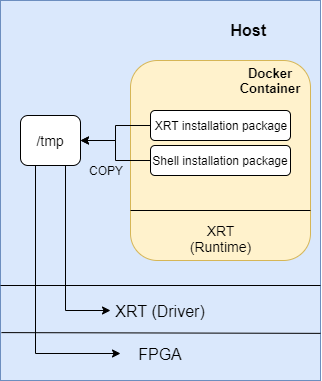
The draw.io diagram doc/install_xrt_shell.png in Xilinx/Xilinx_Base_Runtime, before a commit. Source tidied: cells renumbered, new cells last; positions are measured from the earlier drawing's top-left corner, leaving out a move shared by most shapes. Source of this version:
```xml
<mxGraphModel background="#ffffff">
  <root>
    <mxCell id="0" />
    <mxCell id="1" parent="0" />
    <mxCell id="2" style="rounded=0;whiteSpace=wrap;html=1;fillColor=#dae8fc;strokeColor=#6c8ebf;" parent="1" vertex="1">
      <mxGeometry width="320" height="380" as="geometry" />
    </mxCell>
    <mxCell id="3" value="&lt;p style=&quot;line-height: 170%&quot;&gt;&lt;font style=&quot;font-size: 16px&quot;&gt;&lt;b&gt;Host&amp;nbsp;&lt;/b&gt;&lt;/font&gt;&lt;/p&gt;" style="text;html=1;strokeColor=none;fillColor=none;align=center;verticalAlign=middle;whiteSpace=wrap;rounded=0;" parent="1" vertex="1">
      <mxGeometry x="220" y="15" width="60" height="30" as="geometry" />
    </mxCell>
    <mxCell id="4" style="rounded=1;whiteSpace=wrap;html=1;fillColor=#fff2cc;strokeColor=#d6b656;" parent="1" vertex="1">
      <mxGeometry x="130" y="60" width="180" height="200" as="geometry" />
    </mxCell>
    <mxCell id="5" value="&lt;b&gt;&lt;font style=&quot;font-size: 13px&quot;&gt;Docker Container&lt;/font&gt;&lt;/b&gt;" style="text;html=1;strokeColor=none;fillColor=none;align=center;verticalAlign=middle;whiteSpace=wrap;rounded=0;" parent="1" vertex="1">
      <mxGeometry x="250" y="70" width="40" height="20" as="geometry" />
    </mxCell>
    <mxCell id="6" style="endArrow=none;html=1;exitX=0;exitY=0.75;exitDx=0;exitDy=0;entryX=1;entryY=0.75;entryDx=0;entryDy=0;" parent="1" edge="1" source="4" target="4">
      <mxGeometry relative="1" as="geometry" />
    </mxCell>
    <mxCell id="7" value="&lt;font style=&quot;font-size: 14px&quot;&gt;XRT (Runtime)&lt;/font&gt;" style="text;html=1;strokeColor=none;fillColor=none;align=center;verticalAlign=middle;whiteSpace=wrap;rounded=0;" parent="1" vertex="1">
      <mxGeometry x="157.5" y="220" width="125" height="20" as="geometry" />
    </mxCell>
    <mxCell id="8" value="&lt;font style=&quot;font-size: 16px&quot;&gt;XRT (Driver)&lt;/font&gt;" style="text;html=1;strokeColor=none;fillColor=none;align=center;verticalAlign=middle;whiteSpace=wrap;rounded=0;" parent="1" vertex="1">
      <mxGeometry x="110" y="300" width="100" height="20" as="geometry" />
    </mxCell>
    <mxCell id="9" style="endArrow=none;html=1;exitX=0;exitY=0.75;exitDx=0;exitDy=0;entryX=1;entryY=0.75;entryDx=0;entryDy=0;" parent="1" edge="1" source="2" target="2">
      <mxGeometry relative="1" as="geometry" />
    </mxCell>
    <mxCell id="10" style="endArrow=none;html=1;entryX=0.003;entryY=0.895;entryDx=0;entryDy=0;entryPerimeter=0;exitX=1;exitY=0.897;exitDx=0;exitDy=0;exitPerimeter=0;" parent="1" edge="1">
      <mxGeometry relative="1" as="geometry">
        <mxPoint x="320" y="332.9" as="sourcePoint" />
        <mxPoint x="1" y="332.1" as="targetPoint" />
      </mxGeometry>
    </mxCell>
    <mxCell id="11" value="&lt;font style=&quot;font-size: 16px&quot;&gt;FPGA&lt;/font&gt;" style="text;html=1;strokeColor=none;fillColor=none;align=center;verticalAlign=middle;whiteSpace=wrap;rounded=0;" parent="1" vertex="1">
      <mxGeometry x="120" y="343" width="80" height="20" as="geometry" />
    </mxCell>
    <mxCell id="12" style="edgeStyle=orthogonalEdgeStyle;rounded=0;jettySize=auto;html=1;exitX=0;exitY=0.5;exitDx=0;exitDy=0;entryX=1;entryY=0.5;entryDx=0;entryDy=0;" parent="1" edge="1" source="13" target="18">
      <mxGeometry relative="1" as="geometry" />
    </mxCell>
    <mxCell id="13" value="XRT installation package" style="rounded=1;whiteSpace=wrap;html=1;" parent="1" vertex="1">
      <mxGeometry x="150" y="110" width="140" height="30" as="geometry" />
    </mxCell>
    <mxCell id="14" style="edgeStyle=orthogonalEdgeStyle;rounded=0;jettySize=auto;html=1;exitX=0;exitY=0.5;exitDx=0;exitDy=0;entryX=1;entryY=0.5;entryDx=0;entryDy=0;" parent="1" edge="1" source="15" target="18">
      <mxGeometry relative="1" as="geometry" />
    </mxCell>
    <mxCell id="15" value="Shell installation package" style="rounded=1;whiteSpace=wrap;html=1;" parent="1" vertex="1">
      <mxGeometry x="150" y="145" width="140" height="30" as="geometry" />
    </mxCell>
    <mxCell id="16" style="edgeStyle=orthogonalEdgeStyle;rounded=0;jettySize=auto;html=1;exitX=0.25;exitY=1;exitDx=0;exitDy=0;" parent="1" edge="1" source="18" target="11">
      <mxGeometry relative="1" as="geometry">
        <Array as="points">
          <mxPoint x="35" y="353" />
        </Array>
      </mxGeometry>
    </mxCell>
    <mxCell id="17" style="edgeStyle=orthogonalEdgeStyle;rounded=0;jettySize=auto;html=1;exitX=0.75;exitY=1;exitDx=0;exitDy=0;entryX=0;entryY=0.5;entryDx=0;entryDy=0;" parent="1" edge="1" source="18" target="8">
      <mxGeometry relative="1" as="geometry" />
    </mxCell>
    <mxCell id="18" value="&lt;font style=&quot;font-size: 14px&quot;&gt;/tmp&lt;/font&gt;" style="rounded=1;whiteSpace=wrap;html=1;" parent="1" vertex="1">
      <mxGeometry x="20" y="115" width="60" height="50" as="geometry" />
    </mxCell>
    <mxCell id="19" value="COPY" style="text;html=1;strokeColor=none;fillColor=none;align=center;verticalAlign=middle;whiteSpace=wrap;rounded=0;" parent="1" vertex="1">
      <mxGeometry x="85" y="160" width="40" height="20" as="geometry" />
    </mxCell>
  </root>
</mxGraphModel>
```
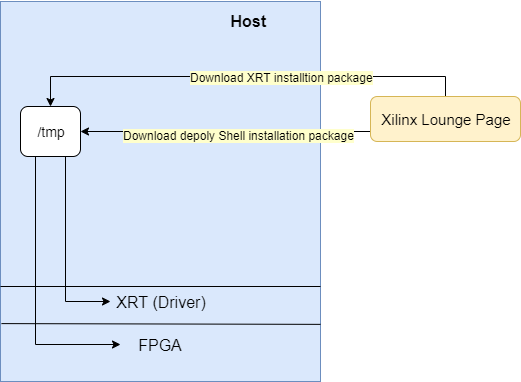
After the change.

Diff of the diagram source:
```diff
@@ -3,23 +3,11 @@
     <mxCell id="0" />
     <mxCell id="1" parent="0" />
     <mxCell id="2" style="rounded=0;whiteSpace=wrap;html=1;fillColor=#dae8fc;strokeColor=#6c8ebf;" parent="1" vertex="1">
-      <mxGeometry width="320" height="380" as="geometry" />
+      <mxGeometry y="10" width="320" height="380" as="geometry" />
     </mxCell>
     <mxCell id="3" value="&lt;p style=&quot;line-height: 170%&quot;&gt;&lt;font style=&quot;font-size: 16px&quot;&gt;&lt;b&gt;Host&amp;nbsp;&lt;/b&gt;&lt;/font&gt;&lt;/p&gt;" style="text;html=1;strokeColor=none;fillColor=none;align=center;verticalAlign=middle;whiteSpace=wrap;rounded=0;" parent="1" vertex="1">
       <mxGeometry x="220" y="15" width="60" height="30" as="geometry" />
     </mxCell>
-    <mxCell id="4" style="rounded=1;whiteSpace=wrap;html=1;fillColor=#fff2cc;strokeColor=#d6b656;" parent="1" vertex="1">
-      <mxGeometry x="130" y="60" width="180" height="200" as="geometry" />
-    </mxCell>
-    <mxCell id="5" value="&lt;b&gt;&lt;font style=&quot;font-size: 13px&quot;&gt;Docker Container&lt;/font&gt;&lt;/b&gt;" style="text;html=1;strokeColor=none;fillColor=none;align=center;verticalAlign=middle;whiteSpace=wrap;rounded=0;" parent="1" vertex="1">
-      <mxGeometry x="250" y="70" width="40" height="20" as="geometry" />
-    </mxCell>
-    <mxCell id="6" style="endArrow=none;html=1;exitX=0;exitY=0.75;exitDx=0;exitDy=0;entryX=1;entryY=0.75;entryDx=0;entryDy=0;" parent="1" edge="1" source="4" target="4">
-      <mxGeometry relative="1" as="geometry" />
-    </mxCell>
-    <mxCell id="7" value="&lt;font style=&quot;font-size: 14px&quot;&gt;XRT (Runtime)&lt;/font&gt;" style="text;html=1;strokeColor=none;fillColor=none;align=center;verticalAlign=middle;whiteSpace=wrap;rounded=0;" parent="1" vertex="1">
-      <mxGeometry x="157.5" y="220" width="125" height="20" as="geometry" />
-    </mxCell>
     <mxCell id="8" value="&lt;font style=&quot;font-size: 16px&quot;&gt;XRT (Driver)&lt;/font&gt;" style="text;html=1;strokeColor=none;fillColor=none;align=center;verticalAlign=middle;whiteSpace=wrap;rounded=0;" parent="1" vertex="1">
       <mxGeometry x="110" y="300" width="100" height="20" as="geometry" />
     </mxCell>
@@ -35,18 +23,6 @@
     <mxCell id="11" value="&lt;font style=&quot;font-size: 16px&quot;&gt;FPGA&lt;/font&gt;" style="text;html=1;strokeColor=none;fillColor=none;align=center;verticalAlign=middle;whiteSpace=wrap;rounded=0;" parent="1" vertex="1">
       <mxGeometry x="120" y="343" width="80" height="20" as="geometry" />
     </mxCell>
-    <mxCell id="12" style="edgeStyle=orthogonalEdgeStyle;rounded=0;jettySize=auto;html=1;exitX=0;exitY=0.5;exitDx=0;exitDy=0;entryX=1;entryY=0.5;entryDx=0;entryDy=0;" parent="1" edge="1" source="13" target="18">
-      <mxGeometry relative="1" as="geometry" />
-    </mxCell>
-    <mxCell id="13" value="XRT installation package" style="rounded=1;whiteSpace=wrap;html=1;" parent="1" vertex="1">
-      <mxGeometry x="150" y="110" width="140" height="30" as="geometry" />
-    </mxCell>
-    <mxCell id="14" style="edgeStyle=orthogonalEdgeStyle;rounded=0;jettySize=auto;html=1;exitX=0;exitY=0.5;exitDx=0;exitDy=0;entryX=1;entryY=0.5;entryDx=0;entryDy=0;" parent="1" edge="1" source="15" target="18">
-      <mxGeometry relative="1" as="geometry" />
-    </mxCell>
-    <mxCell id="15" value="Shell installation package" style="rounded=1;whiteSpace=wrap;html=1;" parent="1" vertex="1">
-      <mxGeometry x="150" y="145" width="140" height="30" as="geometry" />
-    </mxCell>
     <mxCell id="16" style="edgeStyle=orthogonalEdgeStyle;rounded=0;jettySize=auto;html=1;exitX=0.25;exitY=1;exitDx=0;exitDy=0;" parent="1" edge="1" source="18" target="11">
       <mxGeometry relative="1" as="geometry">
         <Array as="points">
@@ -60,8 +36,26 @@
     <mxCell id="18" value="&lt;font style=&quot;font-size: 14px&quot;&gt;/tmp&lt;/font&gt;" style="rounded=1;whiteSpace=wrap;html=1;" parent="1" vertex="1">
       <mxGeometry x="20" y="115" width="60" height="50" as="geometry" />
     </mxCell>
-    <mxCell id="19" value="COPY" style="text;html=1;strokeColor=none;fillColor=none;align=center;verticalAlign=middle;whiteSpace=wrap;rounded=0;" parent="1" vertex="1">
-      <mxGeometry x="85" y="160" width="40" height="20" as="geometry" />
-    </mxCell>
+    <mxCell id="20" style="edgeStyle=orthogonalEdgeStyle;rounded=0;jettySize=auto;html=1;exitX=0.5;exitY=0;exitDx=0;exitDy=0;entryX=0.5;entryY=0;entryDx=0;entryDy=0;" parent="1" edge="1" source="24" target="18">
+      <mxGeometry relative="1" as="geometry" />
+    </mxCell>
+    <mxCell id="21" value="Download XRT installtion package" style="text;html=1;align=center;verticalAlign=middle;labelBackgroundColor=#FFFFCC;" parent="20" vertex="1">
+      <mxGeometry x="-0.17" relative="1" as="geometry" />
+    </mxCell>
+    <mxCell id="22" style="edgeStyle=orthogonalEdgeStyle;rounded=0;jettySize=auto;html=1;exitX=0;exitY=0.5;exitDx=0;exitDy=0;entryX=1;entryY=0.5;entryDx=0;entryDy=0;" parent="1" edge="1" source="24" target="18">
+      <mxGeometry relative="1" as="geometry">
+        <Array as="points">
+          <mxPoint x="370" y="140" />
+        </Array>
+      </mxGeometry>
+    </mxCell>
+    <mxCell id="23" value="Download depoly Shell installation package" style="text;html=1;align=center;verticalAlign=middle;labelBackgroundColor=#FFFFCC;" parent="22" vertex="1">
+      <mxGeometry x="-0.17" y="3" relative="1" as="geometry">
+        <mxPoint x="-19" as="offset" />
+      </mxGeometry>
+    </mxCell>
+    <mxCell id="24" value="&lt;font style=&quot;font-size: 15px&quot;&gt;Xilinx Lounge Page&lt;/font&gt;" style="rounded=1;whiteSpace=wrap;html=1;fillColor=#fff2cc;strokeColor=#d6b656;" parent="1" vertex="1">
+      <mxGeometry x="370" y="105" width="150" height="45" as="geometry" />
+    </mxCell>
   </root>
 </mxGraphModel>
```
